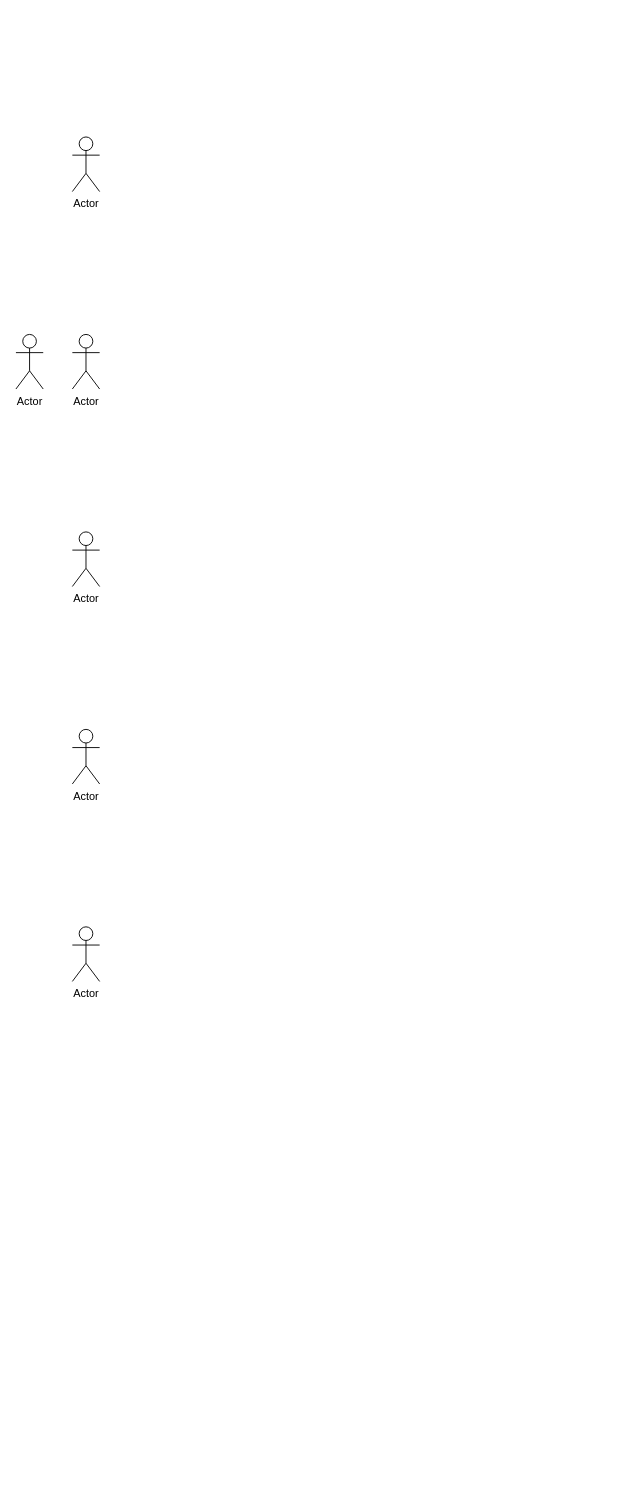
The draw.io diagram Souls1.drawio in Helpmepleaseitishard/Aikms, before the edit. Source tidied: cells renumbered, new cells numbered last; positions are measured from the earlier drawing's top-left corner, leaving out a move shared by most shapes. Both pictures are drawn from the tidied source at 91%, with x=0, y=0 at pixel (15, 136).
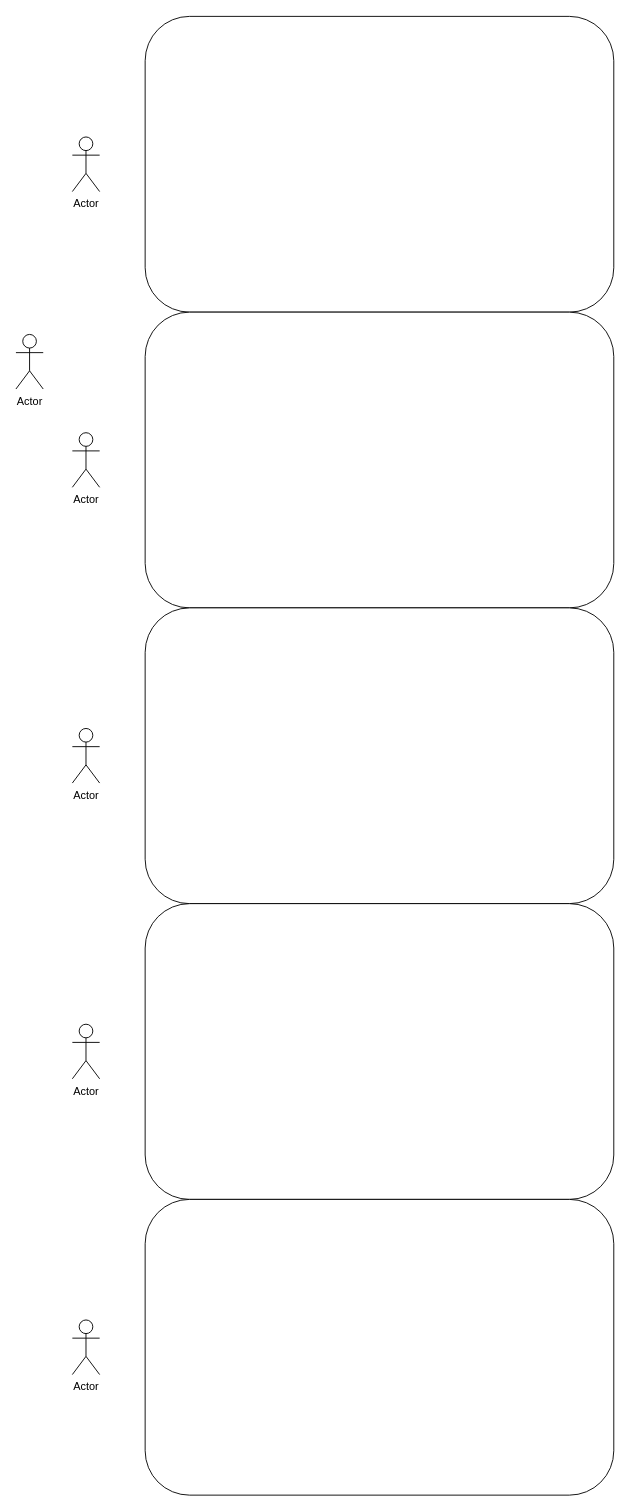
The same page after the edit.

The edit, as a diff of the source:
```diff
@@
 <mxGraphModel>
   <root>
     <mxCell id="0" />
     <mxCell id="1" parent="0" />
     <mxCell id="2" value="Actor" style="shape=umlActor;verticalLabelPosition=bottom;verticalAlign=top;html=1;" parent="1" vertex="1">
       <mxGeometry y="217" width="30" height="60" as="geometry" />
     </mxCell>
     <mxCell id="3" value="Actor" style="shape=umlActor;verticalLabelPosition=bottom;verticalAlign=top;html=1;" parent="1" vertex="1">
       <mxGeometry x="62" width="30" height="60" as="geometry" />
     </mxCell>
     <mxCell id="4" value="Actor" style="shape=umlActor;verticalLabelPosition=bottom;verticalAlign=top;html=1;" parent="1" vertex="1">
-      <mxGeometry x="62" y="217" width="30" height="60" as="geometry" />
+      <mxGeometry x="62" y="325" width="30" height="60" as="geometry" />
     </mxCell>
-    <mxCell id="5" value="Actor" style="shape=umlActor;verticalLabelPosition=bottom;verticalAlign=top;html=1;" parent="1" vertex="1">
-      <mxGeometry x="62" y="434" width="30" height="60" as="geometry" />
-    </mxCell>
-    <mxCell id="6" value="Actor" style="shape=umlActor;verticalLabelPosition=bottom;verticalAlign=top;html=1;" parent="1" vertex="1">
-      <mxGeometry x="62" y="651" width="30" height="60" as="geometry" />
-    </mxCell>
-    <mxCell id="7" value="Actor" style="shape=umlActor;verticalLabelPosition=bottom;verticalAlign=top;html=1;" parent="1" vertex="1">
-      <mxGeometry x="62" y="868" width="30" height="60" as="geometry" />
-    </mxCell>
+    <mxCell id="8" style="rounded=1;whiteSpace=wrap;html=1;" parent="1" vertex="1">
+      <mxGeometry x="142" y="-132.5" width="515" height="325" as="geometry" />
+    </mxCell>
+    <mxCell id="9" style="rounded=1;whiteSpace=wrap;html=1;" parent="1" vertex="1">
+      <mxGeometry x="142" y="192.5" width="515" height="325" as="geometry" />
+    </mxCell>
+    <mxCell id="10" value="Actor" style="shape=umlActor;verticalLabelPosition=bottom;verticalAlign=top;html=1;" parent="1" vertex="1">
+      <mxGeometry x="62" y="650" width="30" height="60" as="geometry" />
+    </mxCell>
+    <mxCell id="11" style="rounded=1;whiteSpace=wrap;html=1;" parent="1" vertex="1">
+      <mxGeometry x="142" y="517.5" width="515" height="325" as="geometry" />
+    </mxCell>
+    <mxCell id="12" value="Actor" style="shape=umlActor;verticalLabelPosition=bottom;verticalAlign=top;html=1;" parent="1" vertex="1">
+      <mxGeometry x="62" y="975" width="30" height="60" as="geometry" />
+    </mxCell>
+    <mxCell id="13" style="rounded=1;whiteSpace=wrap;html=1;" parent="1" vertex="1">
+      <mxGeometry x="142" y="842.5" width="515" height="325" as="geometry" />
+    </mxCell>
+    <mxCell id="14" value="Actor" style="shape=umlActor;verticalLabelPosition=bottom;verticalAlign=top;html=1;" parent="1" vertex="1">
+      <mxGeometry x="62" y="1300" width="30" height="60" as="geometry" />
+    </mxCell>
+    <mxCell id="15" style="rounded=1;whiteSpace=wrap;html=1;" parent="1" vertex="1">
+      <mxGeometry x="142" y="1167.5" width="515" height="325" as="geometry" />
+    </mxCell>
   </root>
 </mxGraphModel>
```
